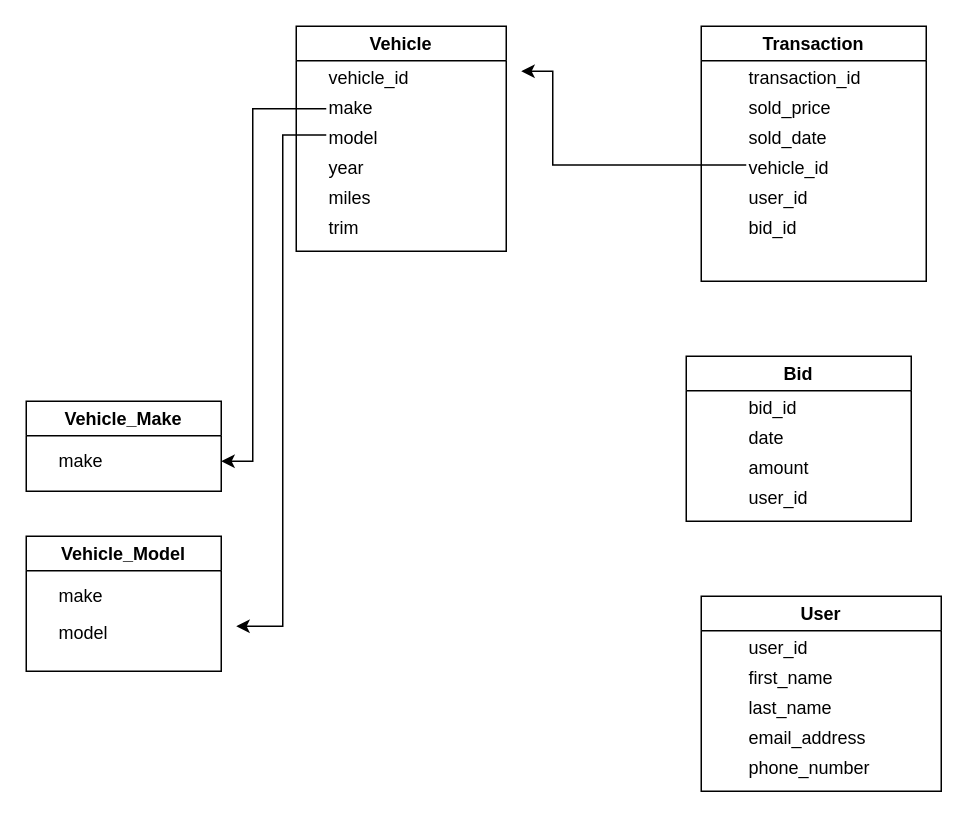
The draw.io diagram page "Relational-Schema" (2 of 4) of Architecture.drawio in CassiusUSB/platform-docs, before the edit. Source tidied: cells renumbered, new cells numbered last; positions are measured from the earlier drawing's top-left corner, leaving out a move shared by most shapes. Both pictures are drawn from the tidied source at 150%, with x=0, y=0 at pixel (26, 26).
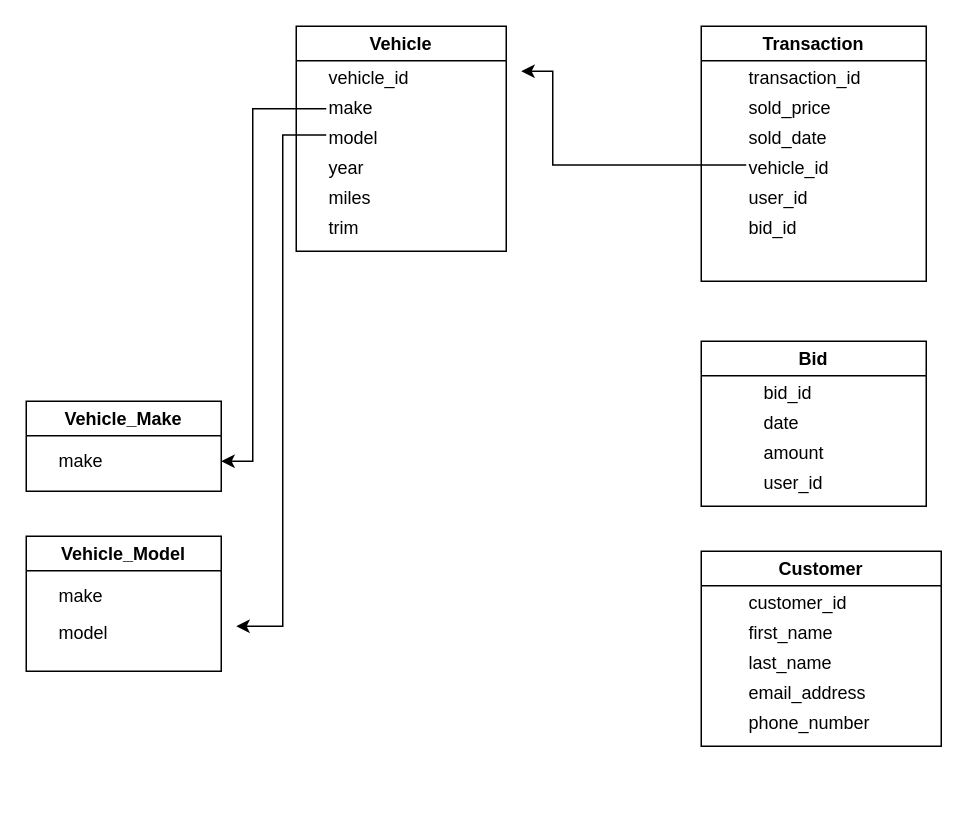
After the change.

The edit, as a diff of the source:
```diff
@@
     <mxCell id="12" value="Bid" style="swimlane;whiteSpace=wrap;html=1;" parent="1" vertex="1">
-      <mxGeometry x="440" y="220" width="150" height="110" as="geometry" />
+      <mxGeometry x="450" y="210" width="150" height="110" as="geometry" />
     </mxCell>
@@
-    <mxCell id="25" value="User" style="swimlane;whiteSpace=wrap;html=1;" parent="1" vertex="1">
-      <mxGeometry x="450" y="380" width="160" height="130" as="geometry" />
+    <mxCell id="25" value="Customer" style="swimlane;whiteSpace=wrap;html=1;" parent="1" vertex="1">
+      <mxGeometry x="450" y="350" width="160" height="130" as="geometry" />
     </mxCell>
@@
-    <mxCell id="30" value="user_id" style="text;html=1;strokeColor=none;fillColor=none;align=left;verticalAlign=middle;whiteSpace=wrap;rounded=0;" parent="25" vertex="1">
+    <mxCell id="30" value="customer_id" style="text;html=1;strokeColor=none;fillColor=none;align=left;verticalAlign=middle;whiteSpace=wrap;rounded=0;" parent="25" vertex="1">
       <mxGeometry x="30" y="30" width="60" height="10" as="geometry" />
     </mxCell>
```
